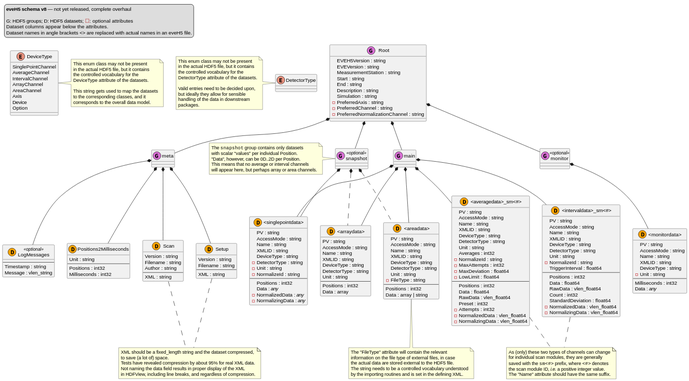
Before: docs/uml/eveh5-v8.svg, a diagram exported from PlantUML (tillbiskup/evedata). The source it was exported from:
```plantuml
@startuml

legend top left
    **eveH5 schema v8** <U+2014> not yet released, complete overhaul

    G: HDF5 groups; D: HDF5 datasets; <color:#firebrick><U+2610></color>: optional attributes
    Dataset columns appear below the attributes.
    Dataset names in angle brackets <> are replaced with actual names in an eveH5 file.
endlegend

class Root << (G,orchid) >> {
    EVEH5Version : string
    EVEVersion : string
    MeasurementStation : string
    Start : string
    End : string
    Description : string
    Simulation : string
    - PreferredAxis : string
    - PreferredChannel : string
    - PreferredNormalizationChannel : string
}

Root *-- monitor
Root *-- main
Root *-- snapshot
Root *-- meta

enum DeviceType {
    SinglePointChannel
    AverageChannel
    IntervalChannel
    ArrayChannel
    AreaChannel
    Axis
    Device
    Option
}
note right of DeviceType
    This enum class may not be present
    in the actual HDF5 file, but it contains
    the controlled vocabulary for the
    DeviceType attribute of the datasets.

    This string gets used to map the datasets
    to the corresponding classes, and it
    corresponds to the overall data model.
endnote

enum DetectorType {
}
note left of DetectorType
    This enum class may not be present
    in the actual HDF5 file, but it contains
    the controlled vocabulary for the
    DetectorType attribute of the datasets.

    Valid entries need to be decided upon,
    but ideally they allow for sensible
    handling of the data in downstream
    packages.
endnote

class monitor << (G,orchid) >> <<optional>> {
}

monitor *-- "<monitordata>"

class main << (G,orchid) >> {}

class snapshot << (G,orchid) >> <<optional>> {}

note left of snapshot
    The ""snapshot"" group contains only datasets
    with scalar "values" per individual Position.
    "Data", however, can be 0D..2D per Position.
    This means that no average or interval channels
    will appear here, but perhaps array or area channels.
endnote

snapshot *-- "<singlepointdata>"
snapshot *.. "<arraydata>"
snapshot *.. "<areadata>"

class meta << (G,orchid) >> {}

meta *-- Positions2Milliseconds
meta *-- Scan
meta *-- Setup
meta *-- LogMessages

class "<singlepointdata>" << (D,orange) >> {
    PV : string
    AccessMode : string
    Name : string
    XMLID : string
    DeviceType : string
    - DetectorType : string
    - Unit : string
    - NormalizeId : string
    --
    Positions : int32
    Data : <i>any</i>
    - NormalizedData : <i>any</i>
    - NormalizingData : <i>any</i>
}

main *-- "<singlepointdata>"
main *-- "<averagedata>_sm<#>"
main *-- "<intervaldata>_sm<#>"
main *-- "<arraydata>"
main *-- "<areadata>"

class "<averagedata>_sm<#>" << (D,orange) >> {
    PV : string
    AccessMode : string
    Name : string
    XMLID : string
    DeviceType : string
    DetectorType : string
    Unit : string
    Averages : int32
    - NormalizeId : string
    - MaxAttempts : int32
    - MaxDeviation : float64
    - LowLimit : float64
    --
    Positions : int32
    Data : float64
    RawData : vlen_float64
    Preset : int32
    - Attempts : int32
    - NormalizedData : vlen_float64
    - NormalizingData : vlen_float64
}

class "<intervaldata>_sm<#>" << (D,orange) >> {
    PV : string
    AccessMode : string
    Name : string
    XMLID : string
    DeviceType : string
    DetectorType : string
    Unit : string
    - NormalizeId : string
    TriggerInterval : float64
    --
    Positions : int32
    Data : float64
    RawData : vlen_float64
    Count : int32
    StandardDeviation : float64
    - NormalizedData : vlen_float64
    - NormalizingData : vlen_float64
}

note as sm_channel_note
    As (only) these two types of channels can change
    for individual scan modules, they are generally
    saved with the ""sm<#>"" prefix, where ""<#>"" denotes
    the scan module ID, <i>i.e.</i> a positive integer value.
    The "Name" attribute should have the same suffix.
end note

"<intervaldata>_sm<#>" .. sm_channel_note
"<averagedata>_sm<#>" .. sm_channel_note

class "<arraydata>" << (D,orange) >> {
    PV : string
    AccessMode : string
    Name : string
    XMLID : string
    DeviceType : string
    DetectorType : string
    Unit : string
    --
    Positions : int32
    Data : array
}

class "<areadata>" << (D,orange) >> {
    PV : string
    AccessMode : string
    Name : string
    XMLID : string
    DeviceType : string
    DetectorType : string
    Unit : string
    - FileType : string
    --
    Positions : int32
    Data : array | string
}

note bottom of "<areadata>"
    The "FileType" attribute will contain the relevant
    information on the file type of external files, in case
    the actual data are stored external to the HDF5 file.
    The string needs to be a controlled vocabulary understood
    by the importing routines and is set in the defining XML.
endnote

class Setup << (D,orange) >> {
    Version : string
    Filename : string
    --
    XML : string
}

class Scan << (D,orange) >> {
    Version : string
    Filename : string
    Author : string
    --
    XML : string
}

class Positions2Milliseconds << (D,orange) >> {
    Unit : string
    --
    Positions : int32
    Milliseconds : int32
}

class LogMessages << (D,orange) >> <<optional>> {
    --
    Timestamp : string
    Message : vlen_string
}

note as SCML_note
    XML should be a fixed_length string and the dataset compressed,
    to save (a lot of) space.
    Tests have revealed compression by about 95% for real XML data.
    Not naming the data field results in proper display of the XML
    in HDFView, including line breaks, and regardless of compression.
end note

Scan .. SCML_note
Setup .. SCML_note

class "<monitordata>" << (D,orange) >> {
    PV : string
    AccessMode : string
    Name : string
    XMLID : string
    DeviceType : string
    - Unit : string
    --
    Milliseconds : int32
    Data : <i>any</i>
}
@enduml
```
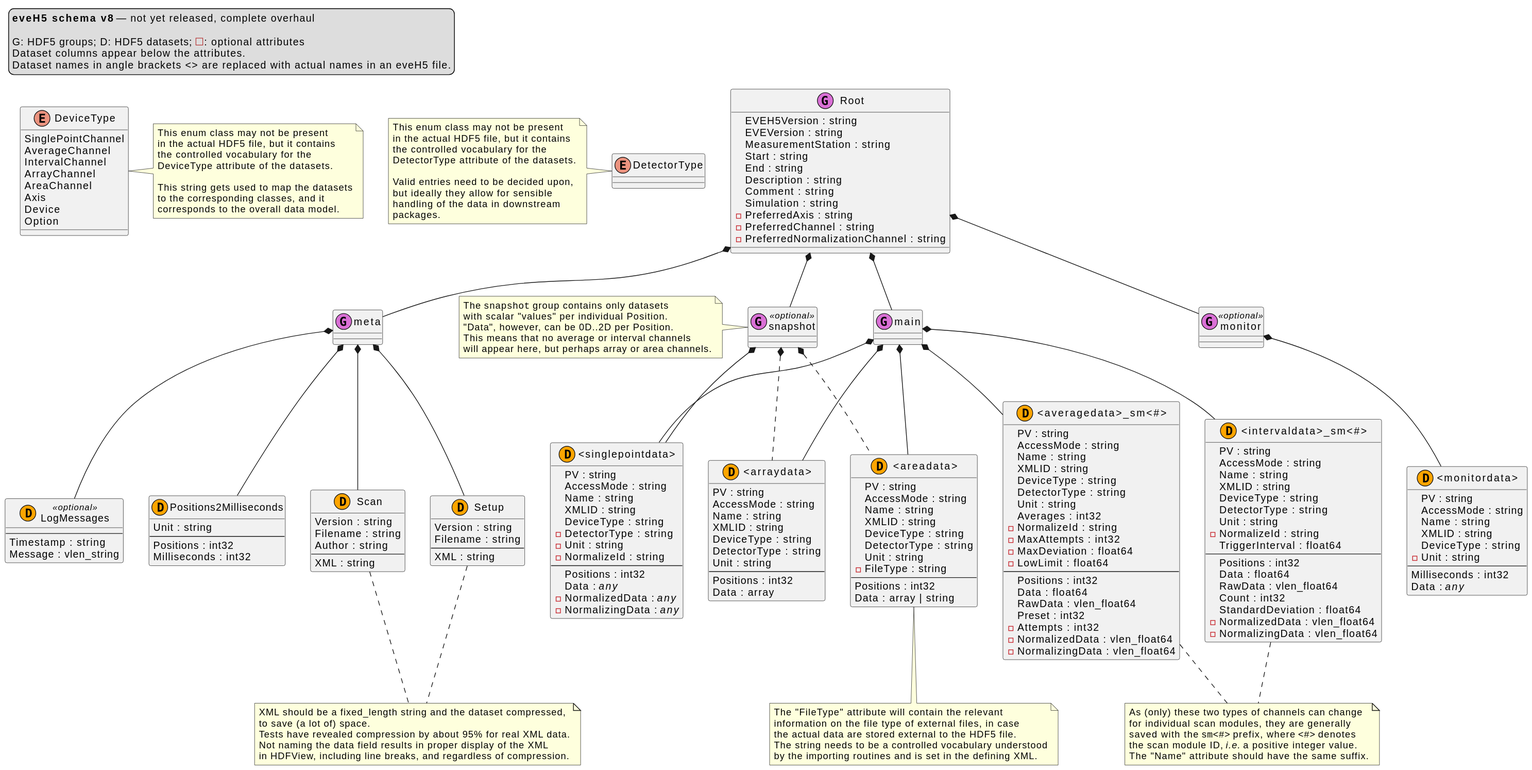
Above is the later version.

Commit message:
Comment/Description attribute; move and rename location attribute

Change to the diagram source:
```diff
@@ -15,6 +15,7 @@
     Start : string
     End : string
     Description : string
+    Comment : string
     Simulation : string
     - PreferredAxis : string
     - PreferredChannel : string
```
